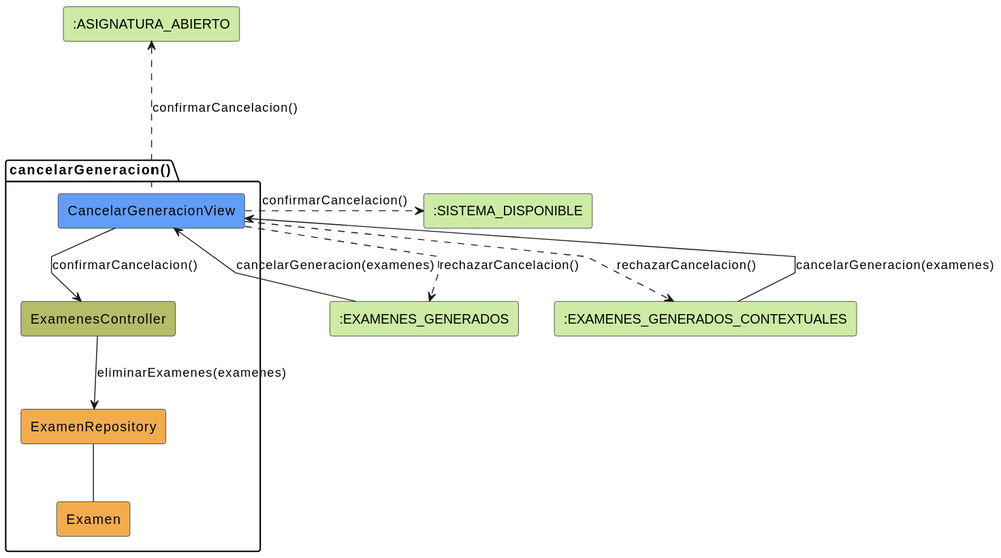
The PlantUML diagram images/analisis/cancelarGeneracion/colaboracion.svg in martinlopez7/25-26-idsw2-sdVC, before a commit.
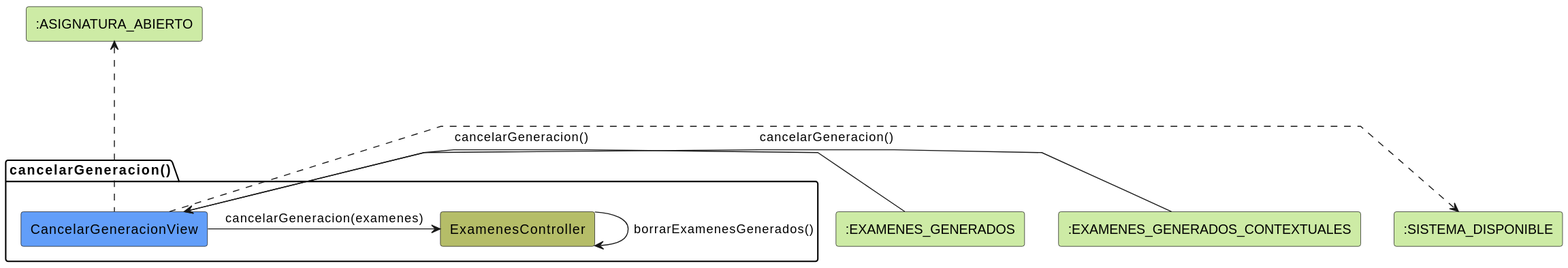
After the change.

Commit message:
fix: correccion analisis cancelarGeneracion

Diff of the diagram source:
```diff
@@ -3,27 +3,21 @@
 
 rectangle #CDEBA5 ":EXAMENES_GENERADOS" as ExamGen
 rectangle #CDEBA5 ":EXAMENES_GENERADOS_CONTEXTUALES" as ExamGenCtx
+rectangle #CDEBA5 ":SISTEMA_DISPONIBLE" as SistemaDisponible
+rectangle #CDEBA5 ":ASIGNATURA_ABIERTO" as AsignaturaAbierto
+
 package cancelarGeneracion as "cancelarGeneracion()" {
     rectangle #629EF9 CancelarGeneracionView
     rectangle #b5bd68 ExamenesController
-    rectangle #F2AC4E ExamenRepository
-    rectangle #F2AC4E Examen
 }
 
-rectangle #CDEBA5 ":SISTEMA_DISPONIBLE" as SistemaDisponible
-rectangle #CDEBA5 ":ASIGNATURA_ABIERTO" as AsignaturaAbierto
+ExamGen -r-> CancelarGeneracionView: cancelarGeneracion()
+ExamGenCtx -r-> CancelarGeneracionView: cancelarGeneracion()
 
-ExamGen -r-> CancelarGeneracionView: cancelarGeneracion(examenes)
-ExamGenCtx -r-> CancelarGeneracionView: cancelarGeneracion(examenes)
+CancelarGeneracionView -> ExamenesController: cancelarGeneracion(examenes)
 
-CancelarGeneracionView -d-> ExamenesController: confirmarCancelacion()
+ExamenesController -> ExamenesController: borrarExamenesGenerados()
 
-ExamenRepository -- Examen
-
-ExamenesController --> ExamenRepository: eliminarExamenes(examenes)
-
-CancelarGeneracionView ..> ExamGen: rechazarCancelacion()
-CancelarGeneracionView ..> ExamGenCtx: rechazarCancelacion()
-CancelarGeneracionView ..r.> SistemaDisponible: confirmarCancelacion()
-CancelarGeneracionView ..u.> AsignaturaAbierto: confirmarCancelacion()
+CancelarGeneracionView ..r.> SistemaDisponible
+CancelarGeneracionView ..u.> AsignaturaAbierto
 @enduml
```
